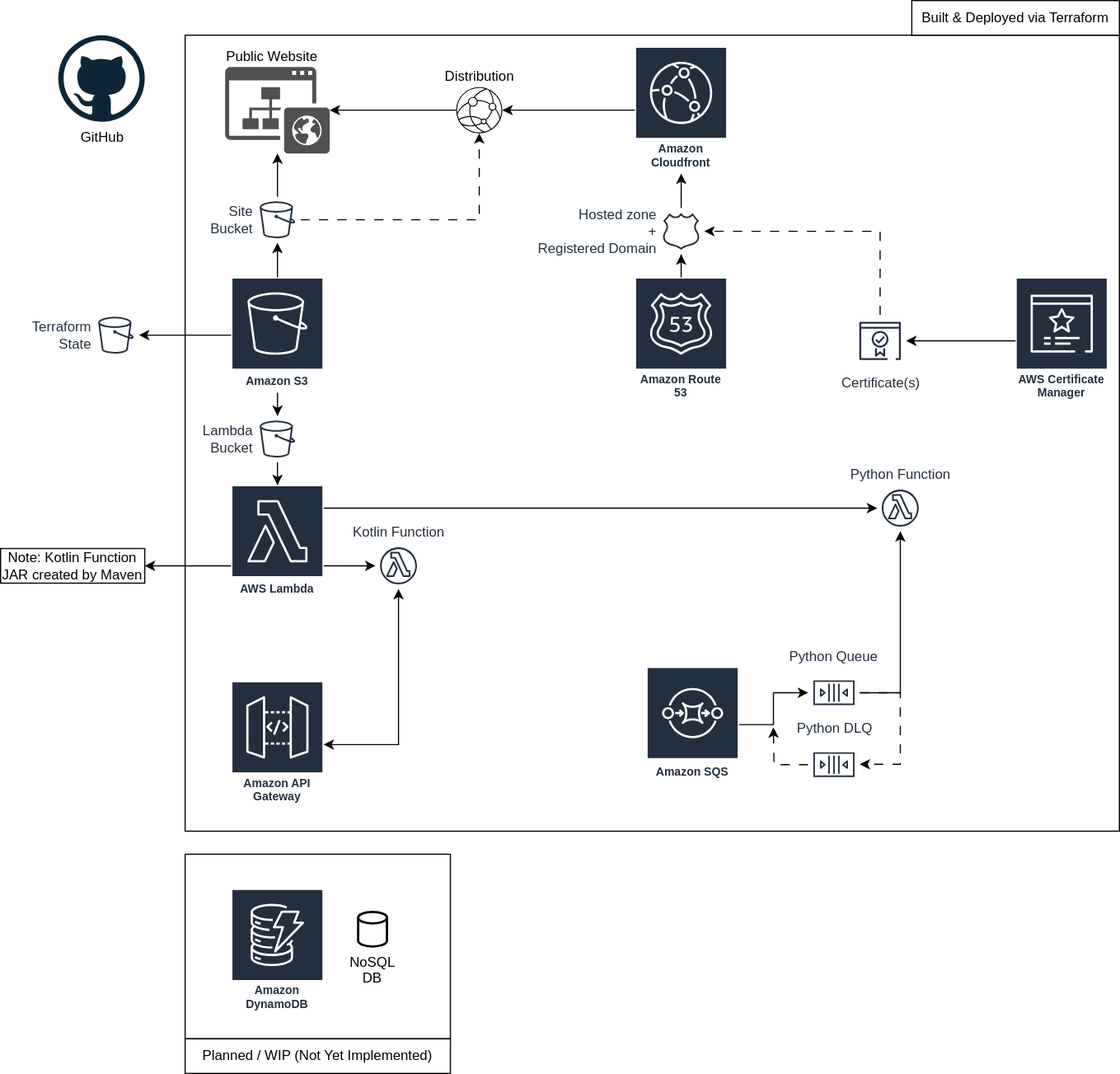
azrinsler/cloud-resume keeps this draw.io diagram as diagrams/architecture.drawio.svg. Above is the earlier version. Source tidied: cells renumbered, new cells last; positions are measured from the earlier drawing's top-left corner, leaving out a move shared by most shapes.
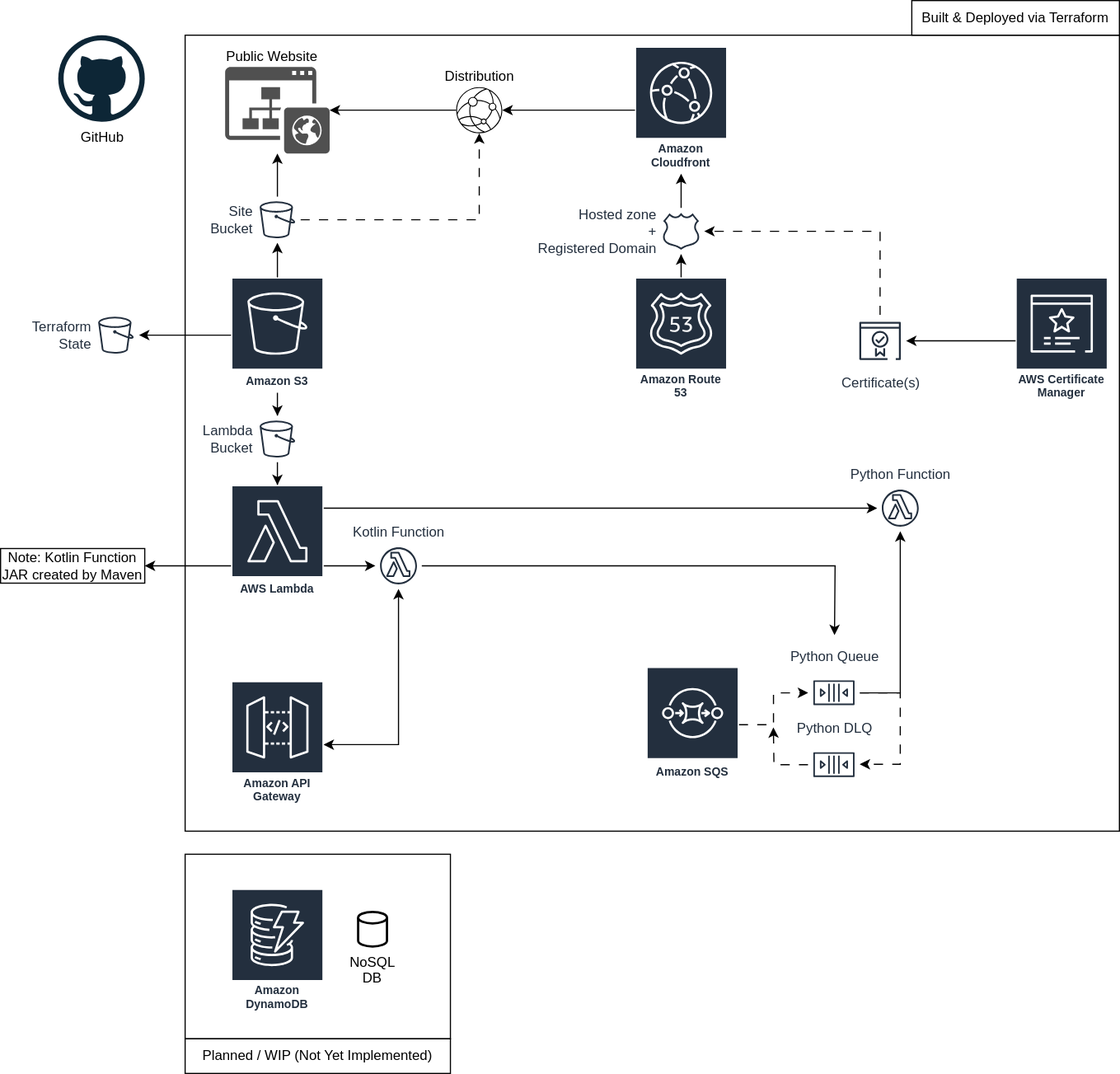
After the commit.

The edit, as a diff of the source:
```diff
@@ -76,7 +76,7 @@
     <mxCell id="18" value="AWS Certificate Manager" style="sketch=0;outlineConnect=0;fontColor=#232F3E;gradientColor=none;strokeColor=#ffffff;fillColor=#232F3E;dashed=0;verticalLabelPosition=middle;verticalAlign=bottom;align=center;html=1;whiteSpace=wrap;fontSize=10;fontStyle=1;spacing=3;shape=mxgraph.aws4.productIcon;prIcon=mxgraph.aws4.certificate_manager_3;" parent="1" vertex="1">
       <mxGeometry x="880" y="240" width="80" height="110" as="geometry" />
     </mxCell>
-    <mxCell id="19" style="edgeStyle=orthogonalEdgeStyle;rounded=0;jettySize=auto;html=1;" parent="1" edge="1" source="20" target="46">
+    <mxCell id="19" style="edgeStyle=orthogonalEdgeStyle;rounded=0;jettySize=auto;html=1;dashed=1;dashPattern=8 8;" parent="1" edge="1" source="20" target="46">
       <mxGeometry relative="1" as="geometry" />
     </mxCell>
     <mxCell id="20" value="Amazon SQS" style="sketch=0;outlineConnect=0;fontColor=#232F3E;gradientColor=none;strokeColor=#ffffff;fillColor=#232F3E;dashed=0;verticalLabelPosition=middle;verticalAlign=bottom;align=center;html=1;whiteSpace=wrap;fontSize=10;fontStyle=1;spacing=3;shape=mxgraph.aws4.productIcon;prIcon=mxgraph.aws4.sqs;" parent="1" vertex="1">
@@ -141,6 +141,11 @@
     <mxCell id="39" value="NoSQL DB" style="strokeWidth=2;html=1;shape=mxgraph.flowchart.database;whiteSpace=wrap;labelPosition=center;verticalLabelPosition=bottom;align=center;verticalAlign=top;" parent="1" vertex="1">
       <mxGeometry x="310" y="790" width="25" height="30" as="geometry" />
     </mxCell>
+    <mxCell id="48" style="edgeStyle=orthogonalEdgeStyle;rounded=0;jettySize=auto;html=1;" parent="1" edge="1" source="40">
+      <mxGeometry relative="1" as="geometry">
+        <mxPoint x="723" y="550" as="targetPoint" />
+      </mxGeometry>
+    </mxCell>
     <mxCell id="40" value="Kotlin Function" style="sketch=0;outlineConnect=0;fontColor=#232F3E;gradientColor=none;strokeColor=#232F3E;fillColor=#ffffff;dashed=0;verticalLabelPosition=top;verticalAlign=bottom;align=center;html=1;fontSize=12;fontStyle=0;shape=mxgraph.aws4.resourceIcon;resIcon=mxgraph.aws4.lambda_function;labelPosition=center;" parent="1" vertex="1">
       <mxGeometry x="325" y="470" width="40" height="40" as="geometry" />
     </mxCell>
```
